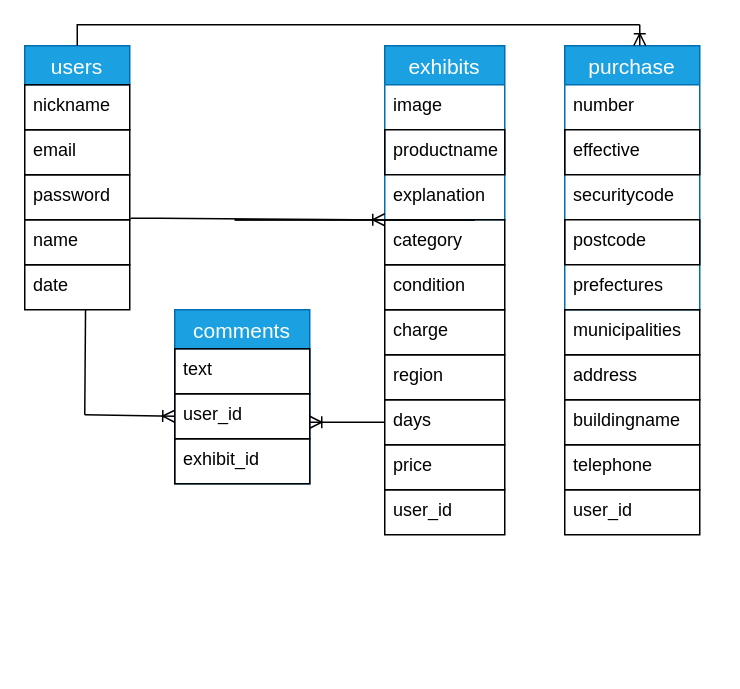
The draw.io diagram furima.dio in kyocoro/furima-39204, before the edit. Source tidied: cells renumbered, new cells numbered last; positions are measured from the earlier drawing's top-left corner, leaving out a move shared by most shapes. Both pictures are drawn from the tidied source at 150%, with x=0, y=0 at pixel (24, 24).
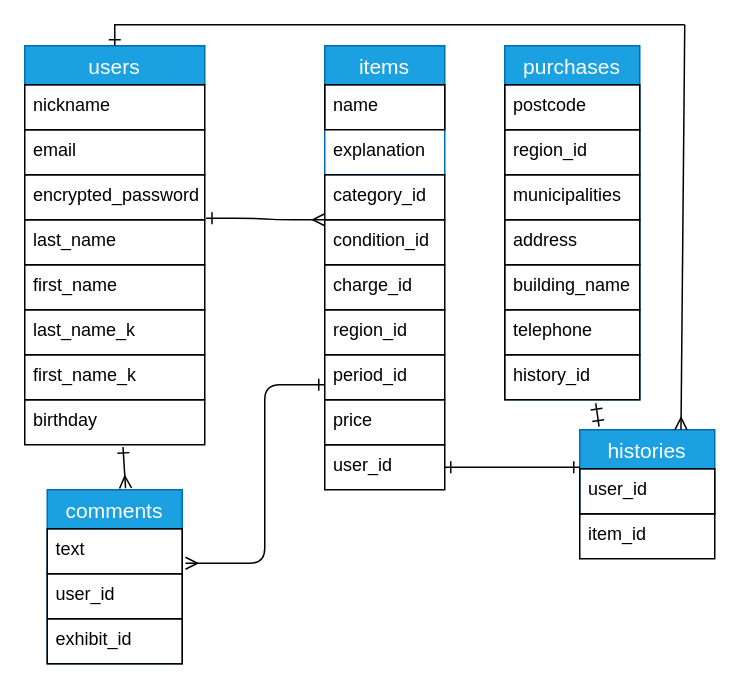
The same page after the edit.

The change refers to these unchanged cells:
```xml
<mxCell id="31" value="text" style="text;strokeColor=default;fillColor=none;spacingLeft=4;spacingRight=4;overflow=hidden;points=[[0,0.5],[1,0.5]];portConstraint=eastwest;fontSize=12;labelBorderColor=none;fontColor=default;" parent="30" vertex="1">
  <mxGeometry y="26" width="90" height="30" as="geometry" />
</mxCell>
<mxCell id="32" value="user_id" style="text;strokeColor=default;fillColor=none;spacingLeft=4;spacingRight=4;overflow=hidden;points=[[0,0.5],[1,0.5]];portConstraint=eastwest;fontSize=12;labelBorderColor=none;fontColor=default;" parent="30" vertex="1">
  <mxGeometry y="56" width="90" height="30" as="geometry" />
</mxCell>
```

What changed in the source:
```diff
@@
     <mxCell id="2" value="users" style="swimlane;fontStyle=0;horizontal=1;startSize=26;align=center;fontSize=14;fillColor=#1ba1e2;fontColor=#ffffff;strokeColor=#006EAF;" parent="1" vertex="1">
-      <mxGeometry y="14" width="70" height="26" as="geometry" />
+      <mxGeometry y="14" width="120" height="26" as="geometry" />
     </mxCell>
-    <mxCell id="3" value="name" style="text;strokeColor=default;fillColor=none;spacingLeft=4;spacingRight=4;overflow=hidden;fontSize=12;" parent="1" vertex="1">
-      <mxGeometry y="130" width="70" height="30" as="geometry" />
+    <mxCell id="3" value="last_name" style="text;strokeColor=default;fillColor=none;spacingLeft=4;spacingRight=4;overflow=hidden;fontSize=12;" parent="1" vertex="1">
+      <mxGeometry y="130" width="120" height="30" as="geometry" />
     </mxCell>
-    <mxCell id="4" value="date" style="text;strokeColor=default;fillColor=none;spacingLeft=4;spacingRight=4;overflow=hidden;points=[[0,0.5],[1,0.5]];portConstraint=eastwest;fontSize=12;" parent="1" vertex="1">
-      <mxGeometry y="160" width="70" height="30" as="geometry" />
+    <mxCell id="4" value="first_name&#10;" style="text;strokeColor=default;fillColor=none;spacingLeft=4;spacingRight=4;overflow=hidden;points=[[0,0.5],[1,0.5]];portConstraint=eastwest;fontSize=12;" parent="1" vertex="1">
+      <mxGeometry y="160" width="120" height="30" as="geometry" />
     </mxCell>
-    <mxCell id="5" value="password" style="text;strokeColor=default;fillColor=none;spacingLeft=4;spacingRight=4;overflow=hidden;points=[[0,0.5],[1,0.5]];portConstraint=eastwest;fontSize=12;" parent="1" vertex="1">
-      <mxGeometry y="100" width="70" height="30" as="geometry" />
+    <mxCell id="5" value="encrypted_password" style="text;strokeColor=default;fillColor=none;spacingLeft=4;spacingRight=4;overflow=hidden;points=[[0,0.5],[1,0.5]];portConstraint=eastwest;fontSize=12;" parent="1" vertex="1">
+      <mxGeometry y="100" width="120" height="30" as="geometry" />
     </mxCell>
     <mxCell id="6" value="email" style="text;strokeColor=default;fillColor=none;spacingLeft=4;spacingRight=4;overflow=hidden;fontSize=12;" parent="1" vertex="1">
-      <mxGeometry y="70" width="70" height="30" as="geometry" />
+      <mxGeometry y="70" width="120" height="30" as="geometry" />
     </mxCell>
     <mxCell id="7" value="nickname" style="text;strokeColor=default;fillColor=none;spacingLeft=4;spacingRight=4;overflow=hidden;fontSize=12;" parent="1" vertex="1">
-      <mxGeometry y="40" width="70" height="30" as="geometry" />
+      <mxGeometry y="40" width="120" height="30" as="geometry" />
     </mxCell>
-    <mxCell id="8" value="exhibits" style="swimlane;fontStyle=0;horizontal=1;startSize=26;align=center;fontSize=14;strokeColor=#006EAF;fillColor=#1ba1e2;fontColor=#ffffff;" parent="1" vertex="1">
-      <mxGeometry x="240" y="14" width="80" height="116" as="geometry" />
+    <mxCell id="8" value="items" style="swimlane;fontStyle=0;horizontal=1;startSize=26;align=center;fontSize=14;strokeColor=#006EAF;fillColor=#1ba1e2;fontColor=#ffffff;" parent="1" vertex="1">
+      <mxGeometry x="200" y="14" width="80" height="86" as="geometry" />
     </mxCell>
-    <mxCell id="9" value="image" style="text;strokeColor=none;fillColor=none;spacingLeft=4;spacingRight=4;overflow=hidden;fontSize=12;" parent="8" vertex="1">
-      <mxGeometry y="26" width="80" height="30" as="geometry" />
-    </mxCell>
-    <mxCell id="10" value="productname" style="text;strokeColor=default;fillColor=none;spacingLeft=4;spacingRight=4;overflow=hidden;fontSize=12;" parent="8" vertex="1">
-      <mxGeometry y="56" width="80" height="30" as="geometry" />
+    <mxCell id="10" value="name" style="text;strokeColor=default;fillColor=none;spacingLeft=4;spacingRight=4;overflow=hidden;fontSize=12;" parent="8" vertex="1">
+      <mxGeometry y="26" width="80" height="30" as="geometry" />
     </mxCell>
     <mxCell id="11" value="explanation" style="text;strokeColor=none;fillColor=none;spacingLeft=4;spacingRight=4;overflow=hidden;fontSize=12;" parent="8" vertex="1">
-      <mxGeometry y="86" width="80" height="30" as="geometry" />
+      <mxGeometry y="56" width="80" height="30" as="geometry" />
     </mxCell>
-    <mxCell id="12" value="category" style="text;strokeColor=default;fillColor=none;spacingLeft=4;spacingRight=4;overflow=hidden;fontSize=12;" parent="1" vertex="1">
-      <mxGeometry x="240" y="130" width="80" height="30" as="geometry" />
+    <mxCell id="12" value="category_id" style="text;strokeColor=default;fillColor=none;spacingLeft=4;spacingRight=4;overflow=hidden;fontSize=12;" parent="1" vertex="1">
+      <mxGeometry x="200" y="100" width="80" height="30" as="geometry" />
     </mxCell>
-    <mxCell id="13" value="condition" style="text;strokeColor=default;fillColor=none;spacingLeft=4;spacingRight=4;overflow=hidden;fontSize=12;" parent="1" vertex="1">
-      <mxGeometry x="240" y="160" width="80" height="30" as="geometry" />
+    <mxCell id="13" value="condition_id" style="text;strokeColor=default;fillColor=none;spacingLeft=4;spacingRight=4;overflow=hidden;fontSize=12;" parent="1" vertex="1">
+      <mxGeometry x="200" y="130" width="80" height="30" as="geometry" />
     </mxCell>
-    <mxCell id="14" value="charge" style="text;strokeColor=default;fillColor=none;spacingLeft=4;spacingRight=4;overflow=hidden;fontSize=12;" parent="1" vertex="1">
-      <mxGeometry x="240" y="190" width="80" height="30" as="geometry" />
+    <mxCell id="14" value="charge_id" style="text;strokeColor=default;fillColor=none;spacingLeft=4;spacingRight=4;overflow=hidden;fontSize=12;" parent="1" vertex="1">
+      <mxGeometry x="200" y="160" width="80" height="30" as="geometry" />
     </mxCell>
-    <mxCell id="15" value="region" style="text;strokeColor=default;fillColor=none;spacingLeft=4;spacingRight=4;overflow=hidden;fontSize=12;labelBorderColor=none;" parent="1" vertex="1">
-      <mxGeometry x="240" y="220" width="80" height="30" as="geometry" />
+    <mxCell id="15" value="region_id" style="text;strokeColor=default;fillColor=none;spacingLeft=4;spacingRight=4;overflow=hidden;fontSize=12;labelBorderColor=none;" parent="1" vertex="1">
+      <mxGeometry x="200" y="190" width="80" height="30" as="geometry" />
     </mxCell>
-    <mxCell id="16" value="days" style="text;strokeColor=default;fillColor=none;spacingLeft=4;spacingRight=4;overflow=hidden;points=[[0,0.5],[1,0.5]];portConstraint=eastwest;fontSize=12;labelBorderColor=none;fontColor=default;" parent="1" vertex="1">
-      <mxGeometry x="240" y="250" width="80" height="30" as="geometry" />
+    <mxCell id="16" value="period_id" style="text;strokeColor=default;fillColor=none;spacingLeft=4;spacingRight=4;overflow=hidden;points=[[0,0.5],[1,0.5]];portConstraint=eastwest;fontSize=12;labelBorderColor=none;fontColor=default;" parent="1" vertex="1">
+      <mxGeometry x="200" y="220" width="80" height="30" as="geometry" />
     </mxCell>
     <mxCell id="17" value="price" style="text;strokeColor=default;fillColor=none;spacingLeft=4;spacingRight=4;overflow=hidden;fontSize=12;labelBorderColor=none;fontColor=default;" parent="1" vertex="1">
-      <mxGeometry x="240" y="280" width="80" height="30" as="geometry" />
+      <mxGeometry x="200" y="250" width="80" height="30" as="geometry" />
     </mxCell>
     <mxCell id="18" value="user_id" style="text;strokeColor=default;fillColor=none;spacingLeft=4;spacingRight=4;overflow=hidden;points=[[0,0.5],[1,0.5]];portConstraint=eastwest;fontSize=12;labelBorderColor=none;fontColor=default;" parent="1" vertex="1">
-      <mxGeometry x="240" y="310" width="80" height="30" as="geometry" />
+      <mxGeometry x="200" y="280" width="80" height="30" as="geometry" />
     </mxCell>
-    <mxCell id="19" value="purchase" style="swimlane;fontStyle=0;horizontal=1;startSize=26;align=center;fontSize=14;labelBorderColor=none;strokeColor=#006EAF;fontColor=#ffffff;fillColor=#1ba1e2;" parent="1" vertex="1">
-      <mxGeometry x="360" y="14" width="90" height="176" as="geometry" />
+    <mxCell id="19" value="purchases" style="swimlane;fontStyle=0;horizontal=1;startSize=26;align=center;fontSize=14;labelBorderColor=none;strokeColor=#006EAF;fontColor=#ffffff;fillColor=#1ba1e2;" parent="1" vertex="1">
+      <mxGeometry x="320" y="14" width="90" height="236" as="geometry" />
     </mxCell>
-    <mxCell id="20" value="number" style="text;strokeColor=none;fillColor=none;spacingLeft=4;spacingRight=4;overflow=hidden;fontSize=12;labelBorderColor=none;fontColor=default;" parent="19" vertex="1">
-      <mxGeometry y="26" width="90" height="30" as="geometry" />
-    </mxCell>
-    <mxCell id="21" value="effective" style="text;strokeColor=default;fillColor=none;spacingLeft=4;spacingRight=4;overflow=hidden;fontSize=12;labelBorderColor=none;fontColor=default;" parent="19" vertex="1">
-      <mxGeometry y="56" width="90" height="30" as="geometry" />
-    </mxCell>
-    <mxCell id="22" value="securitycode" style="text;strokeColor=none;fillColor=none;spacingLeft=4;spacingRight=4;overflow=hidden;fontSize=12;labelBorderColor=none;fontColor=default;" parent="19" vertex="1">
-      <mxGeometry y="86" width="90" height="30" as="geometry" />
-    </mxCell>
     <mxCell id="23" value="postcode" style="text;strokeColor=default;fillColor=none;spacingLeft=4;spacingRight=4;overflow=hidden;fontSize=12;labelBorderColor=none;fontColor=default;" parent="19" vertex="1">
-      <mxGeometry y="116" width="90" height="30" as="geometry" />
+      <mxGeometry y="26" width="90" height="30" as="geometry" />
     </mxCell>
-    <mxCell id="24" value="prefectures" style="text;strokeColor=none;fillColor=none;spacingLeft=4;spacingRight=4;overflow=hidden;fontSize=12;labelBorderColor=none;fontColor=default;" parent="19" vertex="1">
-      <mxGeometry y="146" width="90" height="30" as="geometry" />
+    <mxCell id="24" value="region_id" style="text;strokeColor=default;fillColor=none;spacingLeft=4;spacingRight=4;overflow=hidden;fontSize=12;labelBorderColor=none;fontColor=default;" parent="19" vertex="1">
+      <mxGeometry y="56" width="90" height="30" as="geometry" />
     </mxCell>
-    <mxCell id="25" value="municipalities&#10;&#10;" style="text;strokeColor=default;fillColor=none;spacingLeft=4;spacingRight=4;overflow=hidden;fontSize=12;labelBorderColor=none;fontColor=default;" parent="1" vertex="1">
-      <mxGeometry x="360" y="190" width="90" height="30" as="geometry" />
+    <mxCell id="25" value="municipalities&#10;&#10;" style="text;strokeColor=default;fillColor=none;spacingLeft=4;spacingRight=4;overflow=hidden;fontSize=12;labelBorderColor=none;fontColor=default;" parent="19" vertex="1">
+      <mxGeometry y="86" width="90" height="30" as="geometry" />
     </mxCell>
-    <mxCell id="26" value="address" style="text;strokeColor=default;fillColor=none;spacingLeft=4;spacingRight=4;overflow=hidden;fontSize=12;labelBorderColor=none;fontColor=default;" parent="1" vertex="1">
-      <mxGeometry x="360" y="220" width="90" height="30" as="geometry" />
+    <mxCell id="26" value="address" style="text;strokeColor=default;fillColor=none;spacingLeft=4;spacingRight=4;overflow=hidden;fontSize=12;labelBorderColor=none;fontColor=default;" parent="19" vertex="1">
+      <mxGeometry y="116" width="90" height="30" as="geometry" />
     </mxCell>
-    <mxCell id="27" value="buildingname" style="text;strokeColor=default;fillColor=none;spacingLeft=4;spacingRight=4;overflow=hidden;fontSize=12;labelBorderColor=none;fontColor=default;" parent="1" vertex="1">
-      <mxGeometry x="360" y="250" width="90" height="30" as="geometry" />
+    <mxCell id="27" value="building_name" style="text;strokeColor=default;fillColor=none;spacingLeft=4;spacingRight=4;overflow=hidden;fontSize=12;labelBorderColor=none;fontColor=default;" parent="19" vertex="1">
+      <mxGeometry y="146" width="90" height="30" as="geometry" />
     </mxCell>
-    <mxCell id="28" value="telephone" style="text;strokeColor=default;fillColor=none;spacingLeft=4;spacingRight=4;overflow=hidden;fontSize=12;labelBorderColor=none;fontColor=default;" parent="1" vertex="1">
-      <mxGeometry x="360" y="280" width="90" height="30" as="geometry" />
+    <mxCell id="28" value="telephone" style="text;strokeColor=default;fillColor=none;spacingLeft=4;spacingRight=4;overflow=hidden;fontSize=12;labelBorderColor=none;fontColor=default;" parent="19" vertex="1">
+      <mxGeometry y="176" width="90" height="30" as="geometry" />
     </mxCell>
-    <mxCell id="29" value="user_id" style="text;strokeColor=default;fillColor=none;spacingLeft=4;spacingRight=4;overflow=hidden;points=[[0,0.5],[1,0.5]];portConstraint=eastwest;fontSize=12;labelBorderColor=none;fontColor=default;" parent="1" vertex="1">
-      <mxGeometry x="360" y="310" width="90" height="30" as="geometry" />
+    <mxCell id="29" value="history_id" style="text;strokeColor=default;fillColor=none;spacingLeft=4;spacingRight=4;overflow=hidden;points=[[0,0.5],[1,0.5]];portConstraint=eastwest;fontSize=12;labelBorderColor=none;fontColor=default;" parent="19" vertex="1">
+      <mxGeometry y="206" width="90" height="30" as="geometry" />
     </mxCell>
     <mxCell id="30" value="comments" style="swimlane;fontStyle=0;horizontal=1;startSize=26;align=center;fontSize=14;labelBorderColor=none;strokeColor=#006EAF;fontColor=#ffffff;fillColor=#1ba1e2;" parent="1" vertex="1">
-      <mxGeometry x="100" y="190" width="90" height="116" as="geometry" />
+      <mxGeometry x="15" y="310" width="90" height="116" as="geometry" />
     </mxCell>
@@
-    <mxCell id="34" style="edgeStyle=entityRelationEdgeStyle;fontSize=12;html=1;endArrow=ERoneToMany;fontColor=default;exitX=1.007;exitY=0.967;exitDx=0;exitDy=0;exitPerimeter=0;" parent="1" edge="1" source="5">
+    <mxCell id="34" style="edgeStyle=entityRelationEdgeStyle;fontSize=12;html=1;endArrow=ERmany;fontColor=default;exitX=1.007;exitY=0.967;exitDx=0;exitDy=0;exitPerimeter=0;endFill=0;startArrow=ERone;startFill=0;" parent="1" edge="1" source="5">
       <mxGeometry relative="1" as="geometry">
-        <mxPoint x="240" y="130" as="targetPoint" />
+        <mxPoint x="200" y="130" as="targetPoint" />
       </mxGeometry>
     </mxCell>
-    <mxCell id="35" style="edgeStyle=none;html=1;exitX=0;exitY=0.5;exitDx=0;exitDy=0;fontColor=default;endArrow=ERoneToMany;endFill=0;" parent="1" edge="1" source="16">
+    <mxCell id="35" style="edgeStyle=none;html=1;fontColor=default;endArrow=ERmany;endFill=0;startArrow=ERone;startFill=0;entryX=1.024;entryY=0.767;entryDx=0;entryDy=0;entryPerimeter=0;" parent="1" edge="1" target="31">
       <mxGeometry relative="1" as="geometry">
-        <mxPoint x="190" y="265" as="targetPoint" />
+        <mxPoint x="200" y="240" as="sourcePoint" />
+        <Array as="points">
+          <mxPoint x="160" y="240" />
+          <mxPoint x="160" y="359" />
+        </Array>
       </mxGeometry>
     </mxCell>
-    <mxCell id="36" style="edgeStyle=none;html=1;fontColor=default;endArrow=ERoneToMany;endFill=0;entryX=0;entryY=0.5;entryDx=0;entryDy=0;" parent="1" edge="1" target="32">
-      <mxGeometry relative="1" as="geometry">
-        <mxPoint x="40" y="260" as="sourcePoint" />
-      </mxGeometry>
-    </mxCell>
-    <mxCell id="37" style="endArrow=none;html=1;rounded=0;fontColor=default;exitX=0.579;exitY=0.995;exitDx=0;exitDy=0;exitPerimeter=0;" parent="1" edge="1" source="4">
-      <mxGeometry relative="1" as="geometry">
-        <mxPoint x="40" y="260" as="targetPoint" />
-      </mxGeometry>
-    </mxCell>
-    <mxCell id="38" style="endArrow=none;html=1;rounded=0;fontColor=default;" parent="1" edge="1">
-      <mxGeometry relative="1" as="geometry">
-        <mxPoint x="140" y="130" as="sourcePoint" />
-        <mxPoint x="300" y="130" as="targetPoint" />
-      </mxGeometry>
-    </mxCell>
-    <mxCell id="39" style="endArrow=none;html=1;rounded=0;fontColor=default;" parent="1" edge="1">
-      <mxGeometry relative="1" as="geometry">
-        <mxPoint x="140" y="130" as="sourcePoint" />
-        <mxPoint x="300" y="130" as="targetPoint" />
-      </mxGeometry>
-    </mxCell>
-    <mxCell id="40" style="endArrow=none;html=1;rounded=0;fontColor=default;" parent="1" edge="1">
-      <mxGeometry relative="1" as="geometry">
-        <mxPoint x="140" y="130" as="sourcePoint" />
-        <mxPoint x="300" y="130" as="targetPoint" />
-      </mxGeometry>
-    </mxCell>
-    <mxCell id="41" style="endArrow=none;html=1;rounded=0;fontColor=default;exitX=0.5;exitY=0;exitDx=0;exitDy=0;" parent="1" edge="1" source="2">
+    <mxCell id="41" style="endArrow=none;html=1;rounded=0;fontColor=default;exitX=0.5;exitY=0;exitDx=0;exitDy=0;startArrow=ERone;startFill=0;" parent="1" edge="1" source="2">
       <mxGeometry relative="1" as="geometry">
-        <mxPoint x="410" as="targetPoint" />
+        <mxPoint x="440" as="targetPoint" />
         <Array as="points">
-          <mxPoint x="35" />
+          <mxPoint x="60" />
         </Array>
       </mxGeometry>
     </mxCell>
-    <mxCell id="42" style="endArrow=ERoneToMany;html=1;rounded=0;fontColor=default;endFill=0;" parent="1" edge="1">
-      <mxGeometry relative="1" as="geometry">
-        <mxPoint x="410" y="14" as="sourcePoint" />
-        <mxPoint x="410" y="14" as="targetPoint" />
-        <Array as="points">
-          <mxPoint x="410" />
-          <mxPoint x="410" y="14" />
-        </Array>
-      </mxGeometry>
-    </mxCell>
+    <mxCell id="43" value="last_name_k" style="text;strokeColor=default;fillColor=none;spacingLeft=4;spacingRight=4;overflow=hidden;fontSize=12;" parent="1" vertex="1">
+      <mxGeometry y="190" width="120" height="30" as="geometry" />
+    </mxCell>
+    <mxCell id="44" value="first_name_k&#10;" style="text;strokeColor=default;fillColor=none;spacingLeft=4;spacingRight=4;overflow=hidden;fontSize=12;" parent="1" vertex="1">
+      <mxGeometry y="220" width="120" height="30" as="geometry" />
+    </mxCell>
+    <mxCell id="45" value="birthday" style="text;strokeColor=default;fillColor=none;spacingLeft=4;spacingRight=4;overflow=hidden;points=[[0,0.5],[1,0.5]];portConstraint=eastwest;fontSize=12;" parent="1" vertex="1">
+      <mxGeometry y="250" width="120" height="30" as="geometry" />
+    </mxCell>
+    <mxCell id="46" style="endArrow=ERmany;html=1;rounded=0;exitX=0.546;exitY=1.05;exitDx=0;exitDy=0;exitPerimeter=0;entryX=0.58;entryY=-0.009;entryDx=0;entryDy=0;entryPerimeter=0;startArrow=ERone;startFill=0;endFill=0;" parent="1" edge="1" source="45" target="30">
+      <mxGeometry relative="1" as="geometry" />
+    </mxCell>
+    <mxCell id="47" value="histories" style="swimlane;fontStyle=0;horizontal=1;startSize=26;align=center;fontSize=14;labelBorderColor=none;strokeColor=#006EAF;fontColor=#ffffff;fillColor=#1ba1e2;" parent="1" vertex="1">
+      <mxGeometry x="370" y="270" width="90" height="56" as="geometry" />
+    </mxCell>
+    <mxCell id="48" value="user_id" style="text;strokeColor=default;fillColor=none;spacingLeft=4;spacingRight=4;overflow=hidden;fontSize=12;labelBorderColor=none;fontColor=default;" parent="47" vertex="1">
+      <mxGeometry y="26" width="90" height="30" as="geometry" />
+    </mxCell>
+    <mxCell id="49" style="endArrow=ERmany;html=1;rounded=0;entryX=0.75;entryY=0;entryDx=0;entryDy=0;endFill=0;" parent="1" edge="1" target="47">
+      <mxGeometry relative="1" as="geometry">
+        <mxPoint x="440" as="sourcePoint" />
+      </mxGeometry>
+    </mxCell>
+    <mxCell id="50" style="endArrow=ERone;html=1;rounded=0;exitX=1;exitY=0.5;exitDx=0;exitDy=0;startArrow=ERone;startFill=0;endFill=0;" parent="1" edge="1" source="18">
+      <mxGeometry relative="1" as="geometry">
+        <mxPoint x="370" y="295" as="targetPoint" />
+      </mxGeometry>
+    </mxCell>
+    <mxCell id="51" value="item_id" style="text;strokeColor=default;fillColor=none;spacingLeft=4;spacingRight=4;overflow=hidden;fontSize=12;labelBorderColor=none;fontColor=default;" parent="1" vertex="1">
+      <mxGeometry x="370" y="326" width="90" height="30" as="geometry" />
+    </mxCell>
+    <mxCell id="52" style="endArrow=ERone;html=1;rounded=0;exitX=0.674;exitY=1.078;exitDx=0;exitDy=0;exitPerimeter=0;entryX=0.143;entryY=-0.037;entryDx=0;entryDy=0;entryPerimeter=0;startArrow=ERone;startFill=0;endFill=0;" parent="1" edge="1" source="29" target="47">
+      <mxGeometry relative="1" as="geometry" />
+    </mxCell>
```
